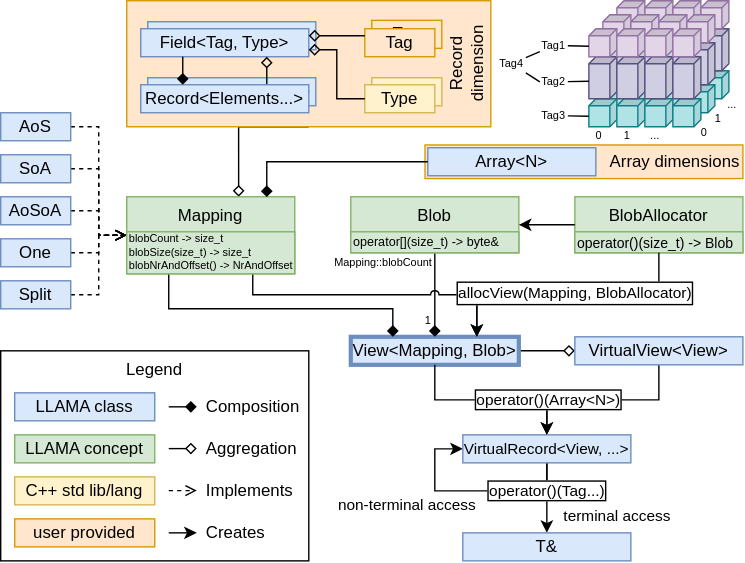
alpaka-group/llama keeps this draw.io diagram as docs/images/overview.svg. Above is the earlier version. Source tidied: cells renumbered, new cells last; positions are measured from the earlier drawing's top-left corner, leaving out a move shared by most shapes.
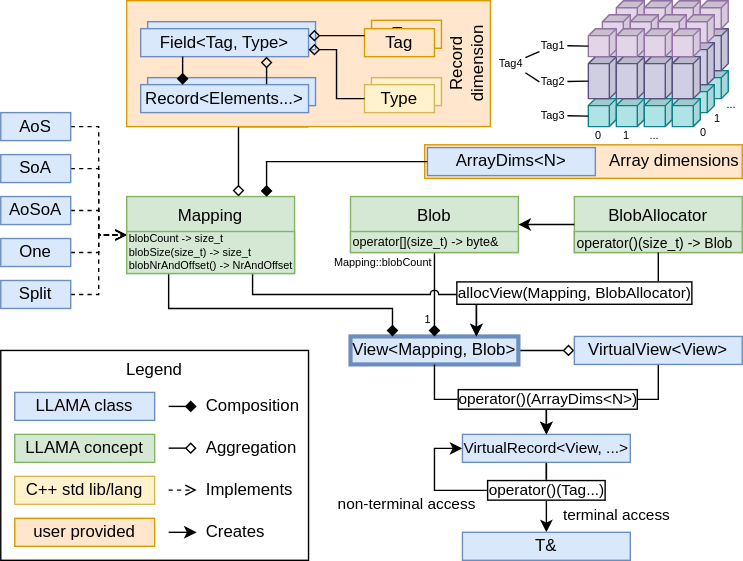
The same file after the commit.

Diff of the diagram source:
```diff
@@ -57,7 +57,7 @@
     <mxCell id="14" style="edgeStyle=orthogonalEdgeStyle;rounded=0;jettySize=auto;html=1;" parent="1" edge="1" source="6" target="10">
       <mxGeometry relative="1" as="geometry" />
     </mxCell>
-    <mxCell id="15" value="operator()(Array&amp;lt;N&amp;gt;)" style="edgeLabel;html=1;align=center;verticalAlign=middle;fontColor=#000000;labelBorderColor=#000000;absoluteArcSize=0;" parent="14" vertex="1">
+    <mxCell id="15" value="operator()(ArrayDims&amp;lt;N&amp;gt;)" style="edgeLabel;html=1;align=center;verticalAlign=middle;fontColor=#000000;labelBorderColor=#000000;absoluteArcSize=0;" parent="14" vertex="1">
       <mxGeometry x="0.27" relative="1" as="geometry">
         <mxPoint x="23.8" as="offset" />
       </mxGeometry>
@@ -391,7 +391,7 @@
     <mxCell id="111" value="Array dimensions" style="rounded=0;whiteSpace=wrap;html=1;fillColor=#ffe6cc;strokeColor=#d79b00;align=right;" parent="1" vertex="1">
       <mxGeometry x="303" y="103" width="227" height="24" as="geometry" />
     </mxCell>
-    <mxCell id="112" value="Array&amp;lt;N&amp;gt;" style="rounded=0;whiteSpace=wrap;html=1;fillColor=#dae8fc;strokeColor=#6c8ebf;" parent="1" vertex="1">
+    <mxCell id="112" value="ArrayDims&amp;lt;N&amp;gt;" style="rounded=0;whiteSpace=wrap;html=1;fillColor=#dae8fc;strokeColor=#6c8ebf;" parent="1" vertex="1">
       <mxGeometry x="305" y="105" width="120" height="20" as="geometry" />
     </mxCell>
     <mxCell id="113" style="edgeStyle=orthogonalEdgeStyle;rounded=0;jettySize=auto;html=1;fontSize=11;entryX=0.837;entryY=0.004;entryDx=0;entryDy=0;endArrow=diamond;endFill=1;exitX=0;exitY=0.5;exitDx=0;exitDy=0;entryPerimeter=0;" parent="1" edge="1" source="112" target="44">
```
